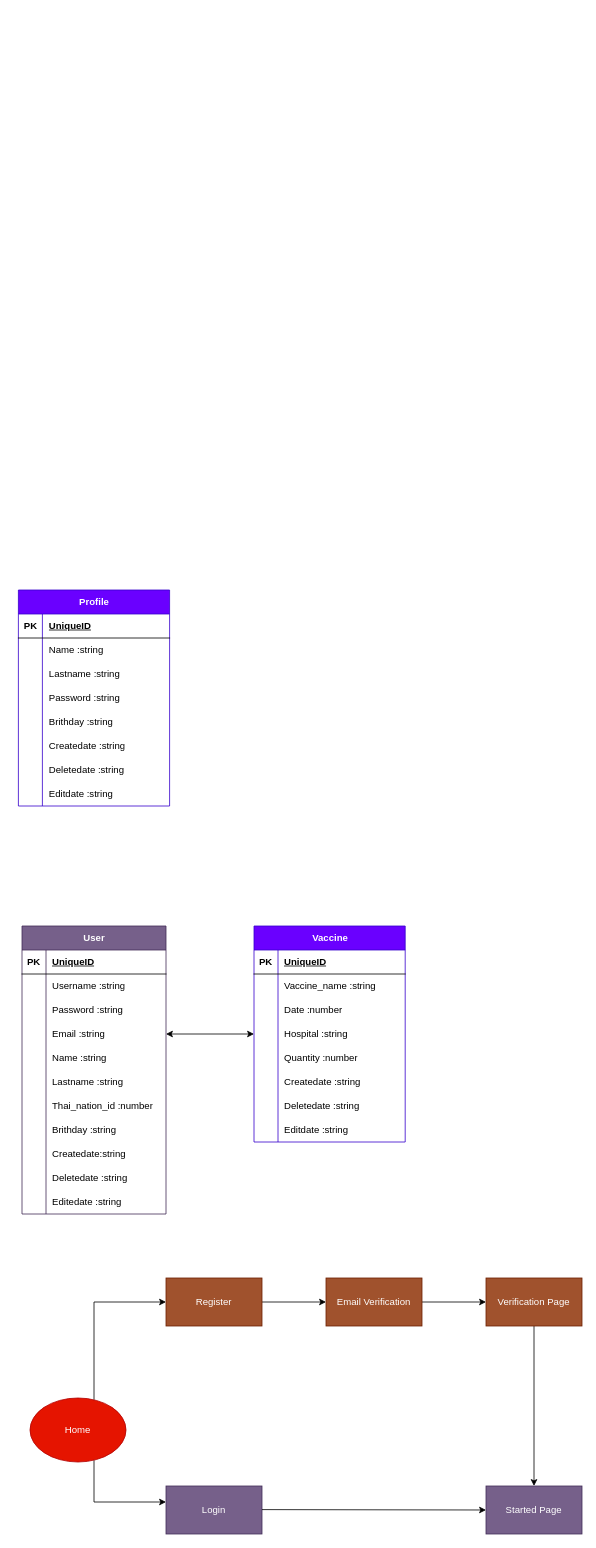
The draw.io diagram database&flowchart.drawio in AsticeX/-_-_1630901328, before the edit. Source tidied: cells renumbered, new cells numbered last; positions are measured from the earlier drawing's top-left corner, leaving out a move shared by most shapes. Both pictures are drawn from the tidied source at 80%, with x=0, y=0 at pixel (18, 590).
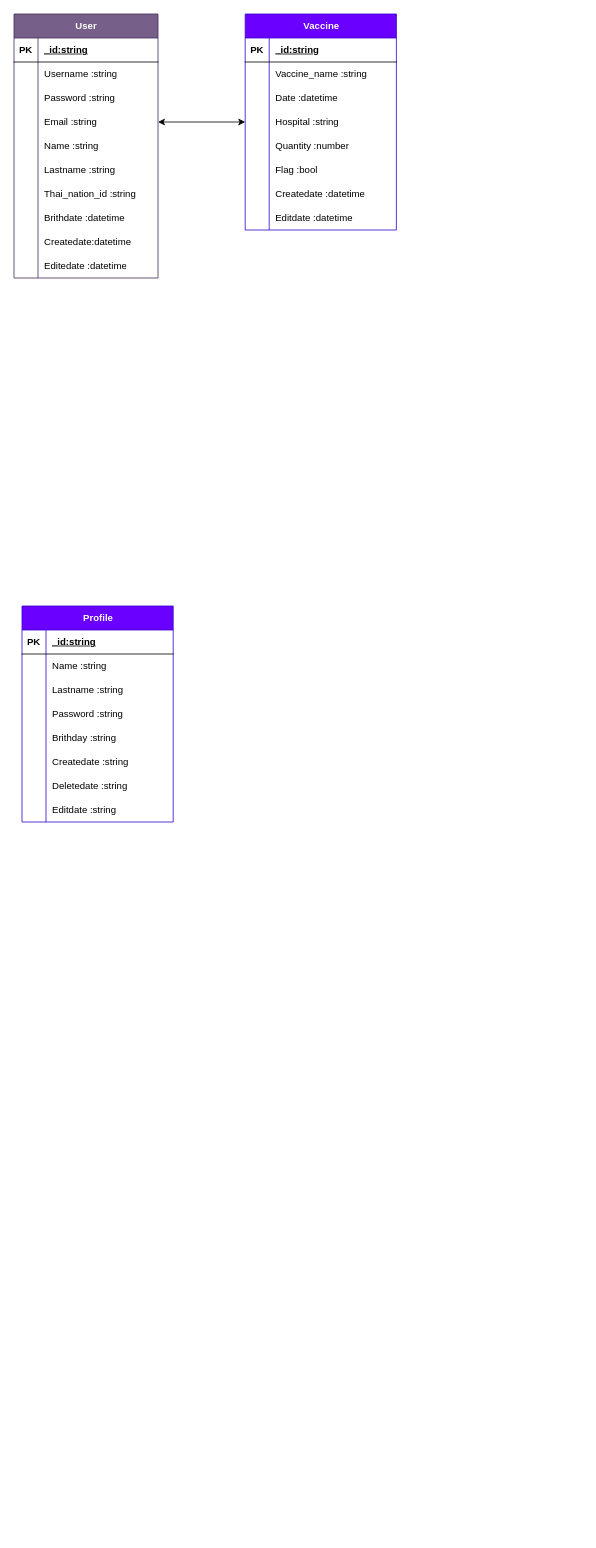
The same diagram, later.

Unchanged cells that the change refers to:
```xml
<mxCell id="15" style="shape=tableRow;horizontal=0;startSize=0;swimlaneHead=0;swimlaneBody=0;fillColor=none;top=0;left=0;right=0;bottom=1;" parent="14" vertex="1">
  <mxGeometry y="30" width="180" height="30" as="geometry" />
</mxCell>
<mxCell id="33" style="shape=tableRow;horizontal=0;startSize=0;swimlaneHead=0;swimlaneBody=0;fillColor=none;top=0;left=0;right=0;bottom=0;" parent="14" vertex="1">
  <mxGeometry y="210" width="180" height="30" as="geometry" />
</mxCell>
<mxCell id="36" style="shape=tableRow;horizontal=0;startSize=0;swimlaneHead=0;swimlaneBody=0;fillColor=none;top=0;left=0;right=0;bottom=0;" parent="14" vertex="1">
  <mxGeometry y="240" width="180" height="30" as="geometry" />
</mxCell>
<mxCell id="39" style="shape=tableRow;horizontal=0;startSize=0;swimlaneHead=0;swimlaneBody=0;fillColor=none;top=0;left=0;right=0;bottom=0;" parent="14" vertex="1">
  <mxGeometry y="270" width="180" height="30" as="geometry" />
</mxCell>
<mxCell id="49" style="shape=tableRow;horizontal=0;startSize=0;swimlaneHead=0;swimlaneBody=0;fillColor=none;top=0;left=0;right=0;bottom=1;" parent="48" vertex="1">
  <mxGeometry y="30" width="189" height="30" as="geometry" />
</mxCell>
<mxCell id="55" style="shape=tableRow;horizontal=0;startSize=0;swimlaneHead=0;swimlaneBody=0;fillColor=none;top=0;left=0;right=0;bottom=0;" parent="48" vertex="1">
  <mxGeometry y="90" width="189" height="30" as="geometry" />
</mxCell>
<mxCell id="70" style="shape=tableRow;horizontal=0;startSize=0;swimlaneHead=0;swimlaneBody=0;fillColor=none;top=0;left=0;right=0;bottom=0;" parent="48" vertex="1">
  <mxGeometry y="240" width="189" height="30" as="geometry" />
</mxCell>
<mxCell id="75" style="shape=tableRow;horizontal=0;startSize=0;swimlaneHead=0;swimlaneBody=0;fillColor=none;top=0;left=0;right=0;bottom=1;" parent="74" vertex="1">
  <mxGeometry y="30" width="189" height="30" as="geometry" />
</mxCell>
```

Change to the diagram source:
```diff
@@
-    <mxCell id="2" style="edgeStyle=orthogonalEdgeStyle;rounded=0;jettySize=auto;html=1;" parent="1" edge="1" source="4" target="6">
-      <mxGeometry relative="1" as="geometry">
-        <Array as="points">
-          <mxPoint x="94" y="890" />
-        </Array>
-      </mxGeometry>
-    </mxCell>
-    <mxCell id="3" style="edgeStyle=orthogonalEdgeStyle;rounded=0;jettySize=auto;html=1;" parent="1" edge="1" source="4" target="7">
-      <mxGeometry relative="1" as="geometry">
-        <Array as="points">
-          <mxPoint x="94" y="1140" />
-          <mxPoint x="244" y="1140" />
-          <mxPoint x="244" y="1130" />
-        </Array>
-      </mxGeometry>
-    </mxCell>
-    <mxCell id="4" value="Home" style="ellipse;whiteSpace=wrap;html=1;fillColor=#e51400;fontColor=#ffffff;strokeColor=#B20000;" parent="1" vertex="1">
-      <mxGeometry x="14" y="1010" width="120" height="80" as="geometry" />
-    </mxCell>
-    <mxCell id="5" style="edgeStyle=orthogonalEdgeStyle;rounded=0;jettySize=auto;html=1;" parent="1" edge="1" source="6" target="9">
-      <mxGeometry relative="1" as="geometry" />
-    </mxCell>
-    <mxCell id="6" value="Register" style="whiteSpace=wrap;html=1;fillColor=#a0522d;fontColor=#ffffff;strokeColor=#6D1F00;" parent="1" vertex="1">
-      <mxGeometry x="184" y="860" width="120" height="60" as="geometry" />
-    </mxCell>
-    <mxCell id="7" value="Login" style="whiteSpace=wrap;html=1;fillColor=#76608a;fontColor=#ffffff;strokeColor=#432D57;" parent="1" vertex="1">
-      <mxGeometry x="184" y="1120" width="120" height="60" as="geometry" />
-    </mxCell>
-    <mxCell id="8" style="edgeStyle=orthogonalEdgeStyle;rounded=0;jettySize=auto;html=1;" parent="1" edge="1" source="9" target="11">
-      <mxGeometry relative="1" as="geometry" />
-    </mxCell>
-    <mxCell id="9" value="Email&amp;nbsp;Verification" style="whiteSpace=wrap;html=1;fillColor=#a0522d;fontColor=#ffffff;strokeColor=#6D1F00;" parent="1" vertex="1">
-      <mxGeometry x="384" y="860" width="120" height="60" as="geometry" />
-    </mxCell>
-    <mxCell id="10" style="edgeStyle=orthogonalEdgeStyle;rounded=0;jettySize=auto;html=1;" parent="1" edge="1" source="11" target="12">
-      <mxGeometry relative="1" as="geometry" />
-    </mxCell>
-    <mxCell id="11" value="Verification Page" style="whiteSpace=wrap;html=1;fillColor=#a0522d;fontColor=#ffffff;strokeColor=#6D1F00;" parent="1" vertex="1">
-      <mxGeometry x="584" y="860" width="120" height="60" as="geometry" />
-    </mxCell>
-    <mxCell id="12" value="Started Page" style="whiteSpace=wrap;html=1;fillColor=#76608a;fontColor=#ffffff;strokeColor=#432D57;" parent="1" vertex="1">
-      <mxGeometry x="584" y="1120" width="120" height="60" as="geometry" />
-    </mxCell>
-    <mxCell id="13" style="endArrow=classic;html=1;rounded=0;entryX=0;entryY=0.5;entryDx=0;entryDy=0;" parent="1" edge="1" target="12">
-      <mxGeometry relative="1" as="geometry">
-        <mxPoint x="304" y="1149.5" as="sourcePoint" />
-      </mxGeometry>
-    </mxCell>
     <mxCell id="14" value="User" style="shape=table;startSize=30;childLayout=tableLayout;rowLines=0;fontStyle=1;align=center;html=1;fillColor=#76608a;fontColor=#ffffff;strokeColor=#432D57;" parent="1" vertex="1">
-      <mxGeometry x="4" y="420" width="180" height="360" as="geometry" />
+      <mxGeometry x="-6" y="-720" width="180" height="330" as="geometry" />
     </mxCell>
@@
-    <mxCell id="17" value="UniqueID" style="shape=partialRectangle;fillColor=none;top=0;left=0;bottom=0;right=0;align=left;spacingLeft=6;fontStyle=5;overflow=hidden;whiteSpace=wrap;html=1;" parent="15" vertex="1">
+    <mxCell id="17" value="_id:string" style="shape=partialRectangle;fillColor=none;top=0;left=0;bottom=0;right=0;align=left;spacingLeft=6;fontStyle=5;overflow=hidden;whiteSpace=wrap;html=1;" parent="15" vertex="1">
       <mxGeometry x="30" width="150" height="30" as="geometry" />
     </mxCell>
@@
-    <mxCell id="35" value="Thai_nation_id :number" style="shape=partialRectangle;fillColor=none;top=0;left=0;bottom=0;right=0;align=left;spacingLeft=6;overflow=hidden;whiteSpace=wrap;html=1;" parent="33" vertex="1">
+    <mxCell id="35" value="Thai_nation_id :string" style="shape=partialRectangle;fillColor=none;top=0;left=0;bottom=0;right=0;align=left;spacingLeft=6;overflow=hidden;whiteSpace=wrap;html=1;" parent="33" vertex="1">
       <mxGeometry x="30" width="150" height="30" as="geometry" />
     </mxCell>
@@
-    <mxCell id="38" value="Brithday :string" style="shape=partialRectangle;fillColor=none;top=0;left=0;bottom=0;right=0;align=left;spacingLeft=6;overflow=hidden;whiteSpace=wrap;html=1;" parent="36" vertex="1">
+    <mxCell id="38" value="Brithdate :datetime" style="shape=partialRectangle;fillColor=none;top=0;left=0;bottom=0;right=0;align=left;spacingLeft=6;overflow=hidden;whiteSpace=wrap;html=1;" parent="36" vertex="1">
       <mxGeometry x="30" width="150" height="30" as="geometry" />
     </mxCell>
@@
-    <mxCell id="41" value="Createdate:string" style="shape=partialRectangle;fillColor=none;top=0;left=0;bottom=0;right=0;align=left;spacingLeft=6;overflow=hidden;whiteSpace=wrap;html=1;" parent="39" vertex="1">
+    <mxCell id="41" value="Createdate:datetime" style="shape=partialRectangle;fillColor=none;top=0;left=0;bottom=0;right=0;align=left;spacingLeft=6;overflow=hidden;whiteSpace=wrap;html=1;" parent="39" vertex="1">
       <mxGeometry x="30" width="150" height="30" as="geometry" />
     </mxCell>
-    <mxCell id="42" style="shape=tableRow;horizontal=0;startSize=0;swimlaneHead=0;swimlaneBody=0;fillColor=none;top=0;left=0;right=0;bottom=0;" parent="14" vertex="1">
-      <mxGeometry y="300" width="180" height="30" as="geometry" />
-    </mxCell>
-    <mxCell id="43" style="shape=partialRectangle;fillColor=none;top=0;left=0;bottom=0;right=0;overflow=hidden;whiteSpace=wrap;html=1;" parent="42" vertex="1">
-      <mxGeometry width="30" height="30" as="geometry" />
-    </mxCell>
-    <mxCell id="44" value="Deletedate :string" style="shape=partialRectangle;fillColor=none;top=0;left=0;bottom=0;right=0;align=left;spacingLeft=6;overflow=hidden;whiteSpace=wrap;html=1;" parent="42" vertex="1">
-      <mxGeometry x="30" width="150" height="30" as="geometry" />
-    </mxCell>
     <mxCell id="45" style="shape=tableRow;horizontal=0;startSize=0;swimlaneHead=0;swimlaneBody=0;fillColor=none;top=0;left=0;right=0;bottom=0;" parent="14" vertex="1">
-      <mxGeometry y="330" width="180" height="30" as="geometry" />
+      <mxGeometry y="300" width="180" height="30" as="geometry" />
     </mxCell>
@@
-    <mxCell id="47" value="Editedate :string" style="shape=partialRectangle;fillColor=none;top=0;left=0;bottom=0;right=0;align=left;spacingLeft=6;overflow=hidden;whiteSpace=wrap;html=1;" parent="45" vertex="1">
+    <mxCell id="47" value="Editedate :datetime" style="shape=partialRectangle;fillColor=none;top=0;left=0;bottom=0;right=0;align=left;spacingLeft=6;overflow=hidden;whiteSpace=wrap;html=1;" parent="45" vertex="1">
       <mxGeometry x="30" width="150" height="30" as="geometry" />
     </mxCell>
     <mxCell id="48" value="Vaccine" style="shape=table;startSize=30;childLayout=tableLayout;rowLines=0;fontStyle=1;align=center;html=1;fillColor=#6a00ff;fontColor=#ffffff;strokeColor=#3700CC;" parent="1" vertex="1">
-      <mxGeometry x="294" y="420" width="189" height="270" as="geometry" />
+      <mxGeometry x="283" y="-720" width="189" height="270" as="geometry" />
     </mxCell>
@@
-    <mxCell id="51" value="UniqueID" style="shape=partialRectangle;fillColor=none;top=0;left=0;bottom=0;right=0;align=left;spacingLeft=6;fontStyle=5;overflow=hidden;whiteSpace=wrap;html=1;" parent="49" vertex="1">
+    <mxCell id="51" value="_id:string" style="shape=partialRectangle;fillColor=none;top=0;left=0;bottom=0;right=0;align=left;spacingLeft=6;fontStyle=5;overflow=hidden;whiteSpace=wrap;html=1;" parent="49" vertex="1">
       <mxGeometry x="30" width="159" height="30" as="geometry" />
     </mxCell>
@@
-    <mxCell id="57" value="Date :number" style="shape=partialRectangle;fillColor=none;top=0;left=0;bottom=0;right=0;align=left;spacingLeft=6;overflow=hidden;whiteSpace=wrap;html=1;" parent="55" vertex="1">
+    <mxCell id="57" value="Date :datetime" style="shape=partialRectangle;fillColor=none;top=0;left=0;bottom=0;right=0;align=left;spacingLeft=6;overflow=hidden;whiteSpace=wrap;html=1;" parent="55" vertex="1">
       <mxGeometry x="30" width="159" height="30" as="geometry" />
     </mxCell>
@@
+    <mxCell id="99" style="shape=tableRow;horizontal=0;startSize=0;swimlaneHead=0;swimlaneBody=0;fillColor=none;top=0;left=0;right=0;bottom=0;" parent="48" vertex="1">
+      <mxGeometry y="180" width="189" height="30" as="geometry" />
+    </mxCell>
+    <mxCell id="100" style="shape=partialRectangle;fillColor=none;top=0;left=0;bottom=0;right=0;overflow=hidden;whiteSpace=wrap;html=1;" parent="99" vertex="1">
+      <mxGeometry width="30" height="30" as="geometry" />
+    </mxCell>
+    <mxCell id="101" value="Flag :bool" style="shape=partialRectangle;fillColor=none;top=0;left=0;bottom=0;right=0;align=left;spacingLeft=6;overflow=hidden;whiteSpace=wrap;html=1;" parent="99" vertex="1">
+      <mxGeometry x="30" width="159" height="30" as="geometry" />
+    </mxCell>
     <mxCell id="64" style="shape=tableRow;horizontal=0;startSize=0;swimlaneHead=0;swimlaneBody=0;fillColor=none;top=0;left=0;right=0;bottom=0;" parent="48" vertex="1">
-      <mxGeometry y="180" width="189" height="30" as="geometry" />
+      <mxGeometry y="210" width="189" height="30" as="geometry" />
     </mxCell>
@@
-    <mxCell id="66" value="Createdate :string" style="shape=partialRectangle;fillColor=none;top=0;left=0;bottom=0;right=0;align=left;spacingLeft=6;overflow=hidden;whiteSpace=wrap;html=1;" parent="64" vertex="1">
+    <mxCell id="66" value="Createdate :datetime" style="shape=partialRectangle;fillColor=none;top=0;left=0;bottom=0;right=0;align=left;spacingLeft=6;overflow=hidden;whiteSpace=wrap;html=1;" parent="64" vertex="1">
       <mxGeometry x="30" width="159" height="30" as="geometry" />
     </mxCell>
-    <mxCell id="67" style="shape=tableRow;horizontal=0;startSize=0;swimlaneHead=0;swimlaneBody=0;fillColor=none;top=0;left=0;right=0;bottom=0;" parent="48" vertex="1">
-      <mxGeometry y="210" width="189" height="30" as="geometry" />
-    </mxCell>
-    <mxCell id="68" style="shape=partialRectangle;fillColor=none;top=0;left=0;bottom=0;right=0;overflow=hidden;whiteSpace=wrap;html=1;" parent="67" vertex="1">
-      <mxGeometry width="30" height="30" as="geometry" />
-    </mxCell>
-    <mxCell id="69" value="Deletedate :string" style="shape=partialRectangle;fillColor=none;top=0;left=0;bottom=0;right=0;align=left;spacingLeft=6;overflow=hidden;whiteSpace=wrap;html=1;" parent="67" vertex="1">
-      <mxGeometry x="30" width="159" height="30" as="geometry" />
-    </mxCell>
@@
-    <mxCell id="72" value="Editdate :string" style="shape=partialRectangle;fillColor=none;top=0;left=0;bottom=0;right=0;align=left;spacingLeft=6;overflow=hidden;whiteSpace=wrap;html=1;" parent="70" vertex="1">
+    <mxCell id="72" value="Editdate :datetime" style="shape=partialRectangle;fillColor=none;top=0;left=0;bottom=0;right=0;align=left;spacingLeft=6;overflow=hidden;whiteSpace=wrap;html=1;" parent="70" vertex="1">
       <mxGeometry x="30" width="159" height="30" as="geometry" />
     </mxCell>
@@
     <mxCell id="74" value="Profile" style="shape=table;startSize=30;childLayout=tableLayout;rowLines=0;fontStyle=1;align=center;html=1;fillColor=#6a00ff;fontColor=#ffffff;strokeColor=#3700CC;" parent="1" vertex="1">
-      <mxGeometry x="-0.5" width="189" height="270" as="geometry" />
+      <mxGeometry x="4" y="20" width="189" height="270" as="geometry" />
     </mxCell>
@@
-    <mxCell id="77" value="UniqueID" style="shape=partialRectangle;fillColor=none;top=0;left=0;bottom=0;right=0;align=left;spacingLeft=6;fontStyle=5;overflow=hidden;whiteSpace=wrap;html=1;" parent="75" vertex="1">
+    <mxCell id="77" value="_id:string" style="shape=partialRectangle;fillColor=none;top=0;left=0;bottom=0;right=0;align=left;spacingLeft=6;fontStyle=5;overflow=hidden;whiteSpace=wrap;html=1;" parent="75" vertex="1">
       <mxGeometry x="30" width="159" height="30" as="geometry" />
     </mxCell>
```
